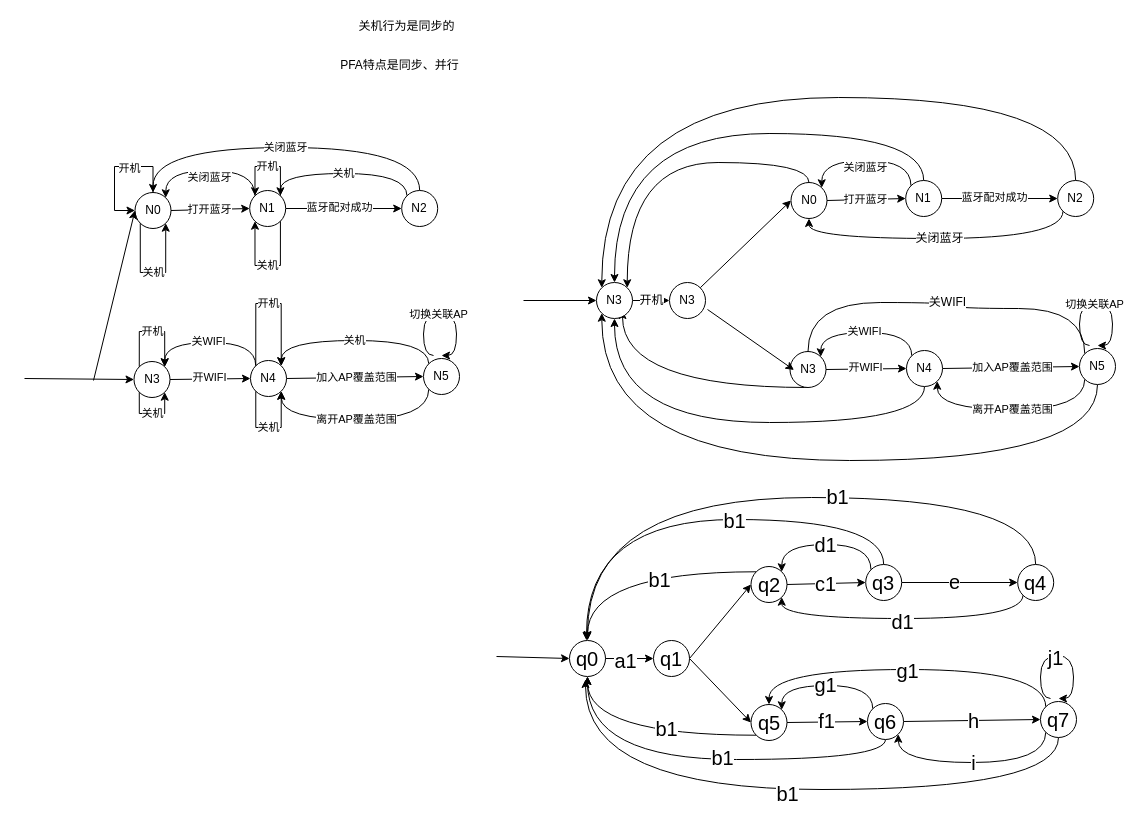
Before: page "方法三：并行自动机_笔记本行为" (2 of 8) of 时间自动机.drawio in Icarus1994/neutron_conf, a draw.io diagram. Source tidied: cells renumbered, new cells numbered last; positions are measured from the earlier drawing's top-left corner, leaving out a move shared by most shapes. Both pictures are drawn from the tidied source at 100%, with x=0, y=0 at pixel (24, 17).
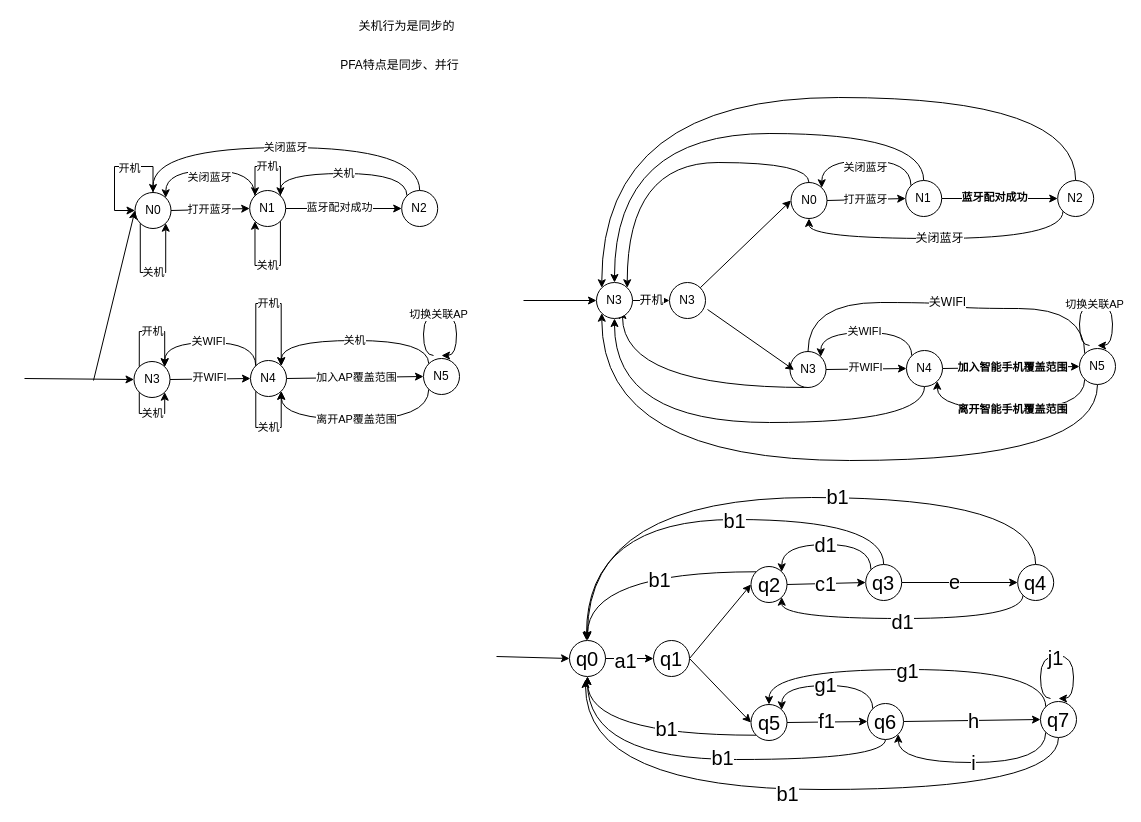
The same page after the edit.

Unchanged cells that the change refers to:
```xml
<mxCell id="78" style="rounded=0;jettySize=auto;html=1;exitX=1;exitY=0.5;exitDx=0;exitDy=0;entryX=0;entryY=0.5;entryDx=0;entryDy=0;" parent="1" edge="1" source="83" target="87">
  <mxGeometry relative="1" as="geometry" />
</mxCell>
<mxCell id="83" value="N4" style="ellipse;whiteSpace=wrap;html=1;" parent="1" vertex="1">
  <mxGeometry x="882" y="333" width="36" height="36" as="geometry" />
</mxCell>
<mxCell id="87" value="N5" style="ellipse;whiteSpace=wrap;html=1;" parent="1" vertex="1">
  <mxGeometry x="1055" y="331" width="36" height="36" as="geometry" />
</mxCell>
<mxCell id="92" style="edgeStyle=orthogonalEdgeStyle;rounded=0;jettySize=auto;html=1;exitX=1;exitY=0.5;exitDx=0;exitDy=0;entryX=0;entryY=0.5;entryDx=0;entryDy=0;" parent="1" edge="1" source="95" target="99">
  <mxGeometry relative="1" as="geometry" />
</mxCell>
```

What changed in the source:
```diff
@@
-    <mxCell id="79" value="加入AP覆盖范围" style="edgeLabel;html=1;align=center;verticalAlign=middle;" parent="78" vertex="1">
+    <mxCell id="79" value="加入智能手机覆盖范围" style="edgeLabel;html=1;align=center;verticalAlign=middle;fontStyle=1;" parent="78" vertex="1">
       <mxGeometry x="0.02" relative="1" as="geometry" />
     </mxCell>
@@
-    <mxCell id="84" value="离开AP覆盖范围" style="edgeStyle=orthogonalEdgeStyle;rounded=0;jettySize=auto;html=1;exitX=0;exitY=1;exitDx=0;exitDy=0;entryX=1;entryY=1;entryDx=0;entryDy=0;curved=1;" parent="1" edge="1" source="87" target="83">
+    <mxCell id="84" value="离开智能手机覆盖范围" style="edgeStyle=orthogonalEdgeStyle;rounded=0;jettySize=auto;html=1;exitX=0;exitY=1;exitDx=0;exitDy=0;entryX=1;entryY=1;entryDx=0;entryDy=0;curved=1;fontStyle=1;" parent="1" edge="1" source="87" target="83">
       <mxGeometry relative="1" as="geometry">
         <Array as="points">
           <mxPoint x="1060" y="392" />
           <mxPoint x="913" y="392" />
         </Array>
       </mxGeometry>
     </mxCell>
@@
-    <mxCell id="93" value="蓝牙配对成功" style="edgeLabel;html=1;align=center;verticalAlign=middle;" parent="92" vertex="1">
+    <mxCell id="93" value="蓝牙配对成功" style="edgeLabel;html=1;align=center;verticalAlign=middle;fontStyle=1;" parent="92" vertex="1">
       <mxGeometry x="-0.32" y="-1" relative="1" as="geometry">
         <mxPoint x="13.8" y="-3" as="offset" />
       </mxGeometry>
     </mxCell>
```
